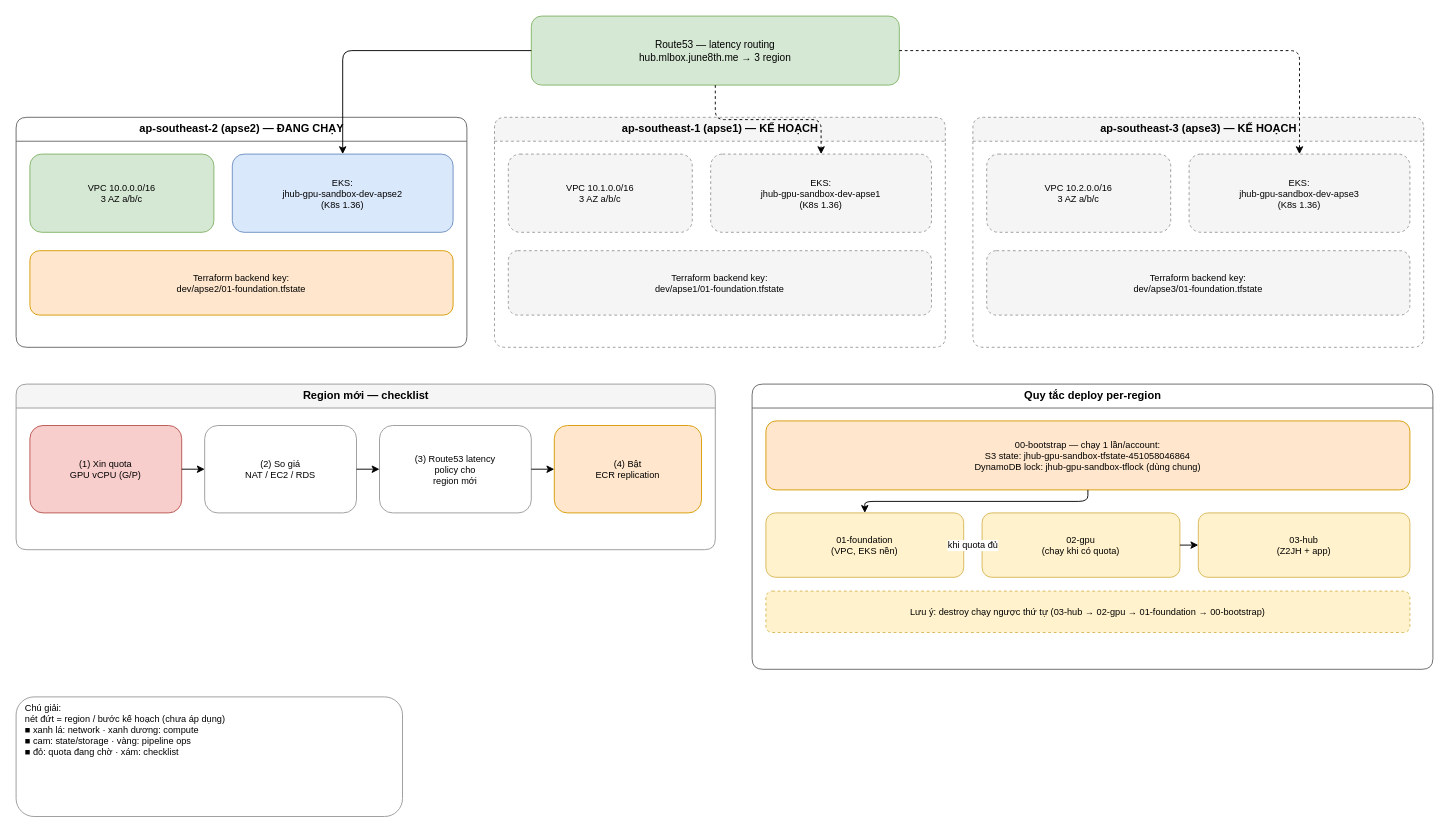
Above: page "6. Multi-Region" (6 of 6) of docs/architecture.drawio in im-yuuki/ml-box-aws (draw.io), before the change. Source tidied: cells renumbered, new cells numbered last; positions are measured from the earlier drawing's top-left corner, leaving out a move shared by most shapes. Both pictures are drawn from the tidied source at 92%, with x=0, y=0 at pixel (16, 16).
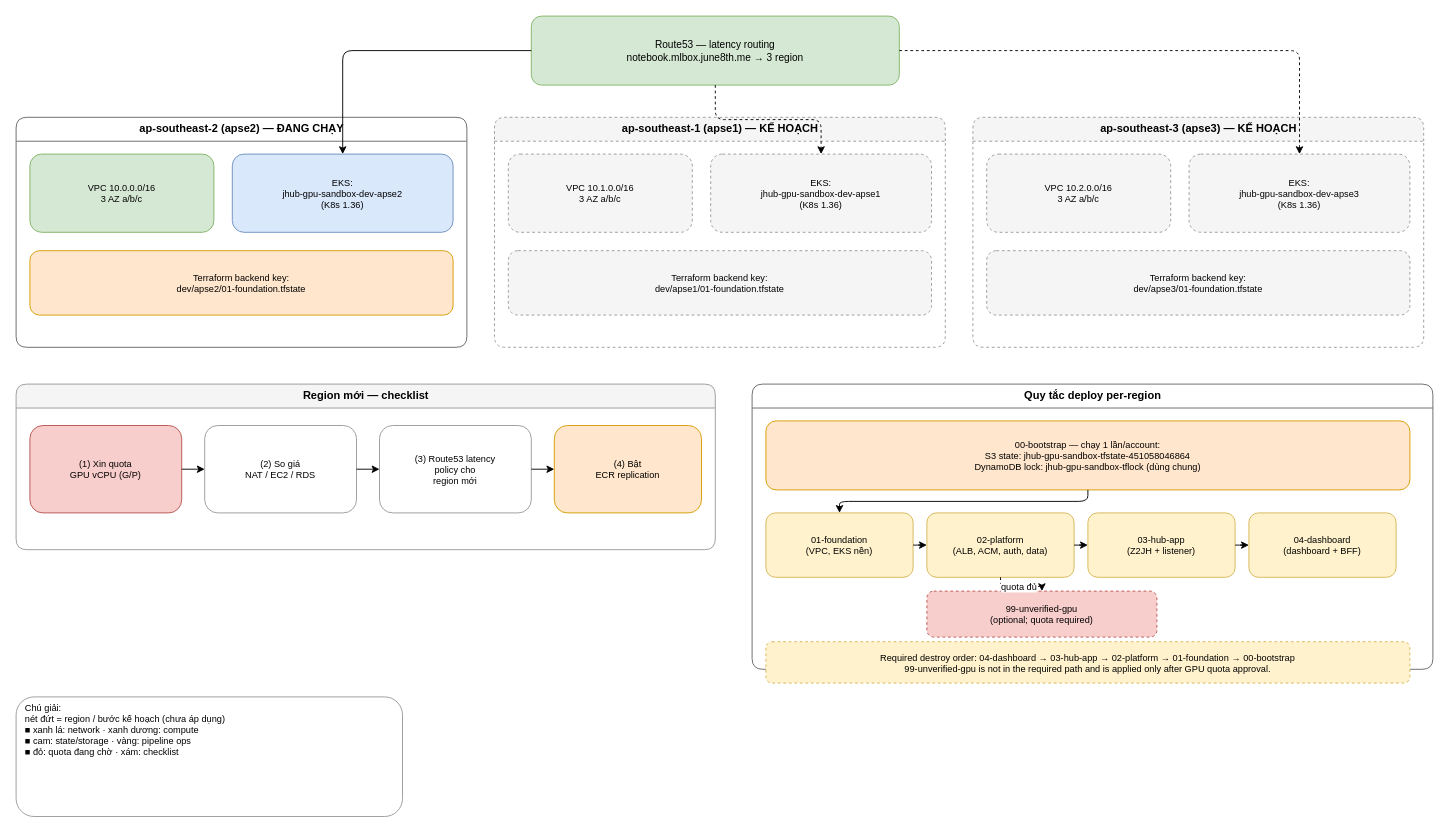
Above is the later version.

The change refers to these unchanged cells:
```xml
<mxCell id="23" value="Quy tắc deploy per-region" style="swimlane;html=1;startSize=26;fontSize=12;fillColor=#FFFFFF;strokeColor=#666666;rounded=1;" parent="1" vertex="1">
  <mxGeometry x="800" y="400" width="740" height="310" as="geometry" />
</mxCell>
```

What changed in the source:
```diff
@@
-    <mxCell id="2" value="Route53 — latency routing&lt;br&gt;hub.mlbox.june8th.me → 3 region" style="rounded=1;html=1;whiteSpace=wrap;fillColor=#D5E8D4;strokeColor=#82B366;fontSize=11;" parent="1" vertex="1">
+    <mxCell id="2" value="Route53 — latency routing&lt;br&gt;notebook.mlbox.june8th.me → 3 region" style="rounded=1;html=1;whiteSpace=wrap;fillColor=#D5E8D4;strokeColor=#82B366;fontSize=11;" parent="1" vertex="1">
       <mxGeometry x="560" width="400" height="75" as="geometry" />
     </mxCell>
@@
     <mxCell id="25" value="01-foundation&lt;br&gt;(VPC, EKS nền)" style="rounded=1;html=1;whiteSpace=wrap;fillColor=#FFF2CC;strokeColor=#D6B656;fontSize=10;" parent="23" vertex="1">
-      <mxGeometry x="15" y="140" width="215" height="70" as="geometry" />
+      <mxGeometry x="15" y="140" width="160" height="70" as="geometry" />
     </mxCell>
-    <mxCell id="26" value="02-gpu&lt;br&gt;(chạy khi có quota)" style="rounded=1;html=1;whiteSpace=wrap;fillColor=#FFF2CC;strokeColor=#D6B656;fontSize=10;" parent="23" vertex="1">
-      <mxGeometry x="250" y="140" width="215" height="70" as="geometry" />
+    <mxCell id="26" value="02-platform&lt;br&gt;(ALB, ACM, auth, data)" style="rounded=1;html=1;whiteSpace=wrap;fillColor=#FFF2CC;strokeColor=#D6B656;fontSize=10;" parent="23" vertex="1">
+      <mxGeometry x="190" y="140" width="160" height="70" as="geometry" />
     </mxCell>
-    <mxCell id="27" value="03-hub&lt;br&gt;(Z2JH + app)" style="rounded=1;html=1;whiteSpace=wrap;fillColor=#FFF2CC;strokeColor=#D6B656;fontSize=10;" parent="23" vertex="1">
-      <mxGeometry x="485" y="140" width="230" height="70" as="geometry" />
+    <mxCell id="27" value="03-hub-app&lt;br&gt;(Z2JH + listener)" style="rounded=1;html=1;whiteSpace=wrap;fillColor=#FFF2CC;strokeColor=#D6B656;fontSize=10;" parent="23" vertex="1">
+      <mxGeometry x="365" y="140" width="160" height="70" as="geometry" />
     </mxCell>
+    <mxCell id="36" value="04-dashboard&lt;br&gt;(dashboard + BFF)" style="rounded=1;html=1;whiteSpace=wrap;fillColor=#FFF2CC;strokeColor=#D6B656;fontSize=10;" parent="23" vertex="1">
+      <mxGeometry x="540" y="140" width="160" height="70" as="geometry" />
+    </mxCell>
+    <mxCell id="37" value="99-unverified-gpu&lt;br&gt;(optional; quota required)" style="rounded=1;html=1;whiteSpace=wrap;fillColor=#F8CECC;strokeColor=#B85450;dashed=1;fontSize=10;" parent="23" vertex="1">
+      <mxGeometry x="190" y="225" width="250" height="50" as="geometry" />
+    </mxCell>
-    <mxCell id="28" value="Lưu ý: destroy chạy ngược thứ tự (03-hub → 02-gpu → 01-foundation → 00-bootstrap)" style="rounded=1;html=1;whiteSpace=wrap;fillColor=#FFF2CC;strokeColor=#D6B656;dashed=1;fontSize=10;" parent="23" vertex="1">
-      <mxGeometry x="15" y="225" width="700" height="45" as="geometry" />
+    <mxCell id="28" value="Required destroy order: 04-dashboard → 03-hub-app → 02-platform → 01-foundation → 00-bootstrap&lt;br&gt;99-unverified-gpu is not in the required path and is applied only after GPU quota approval." style="rounded=1;html=1;whiteSpace=wrap;fillColor=#FFF2CC;strokeColor=#D6B656;dashed=1;fontSize=10;" parent="23" vertex="1">
+      <mxGeometry x="15" y="280" width="700" height="45" as="geometry" />
     </mxCell>
@@
-    <mxCell id="30" value="khi quota đủ" style="edgeStyle=orthogonalEdgeStyle;rounded=1;html=1;fontSize=10;" parent="23" edge="1" source="25" target="26">
+    <mxCell id="30" style="edgeStyle=orthogonalEdgeStyle;rounded=1;html=1;fontSize=10;" parent="23" edge="1" source="25" target="26">
       <mxGeometry relative="1" as="geometry" />
     </mxCell>
@@
+    <mxCell id="38" style="edgeStyle=orthogonalEdgeStyle;rounded=1;html=1;fontSize=10;" parent="23" edge="1" source="27" target="36">
+      <mxGeometry relative="1" as="geometry" />
+    </mxCell>
+    <mxCell id="39" value="quota đủ" style="edgeStyle=orthogonalEdgeStyle;rounded=1;html=1;fontSize=10;dashed=1;" parent="23" edge="1" source="26" target="37">
+      <mxGeometry relative="1" as="geometry" />
+    </mxCell>
```
